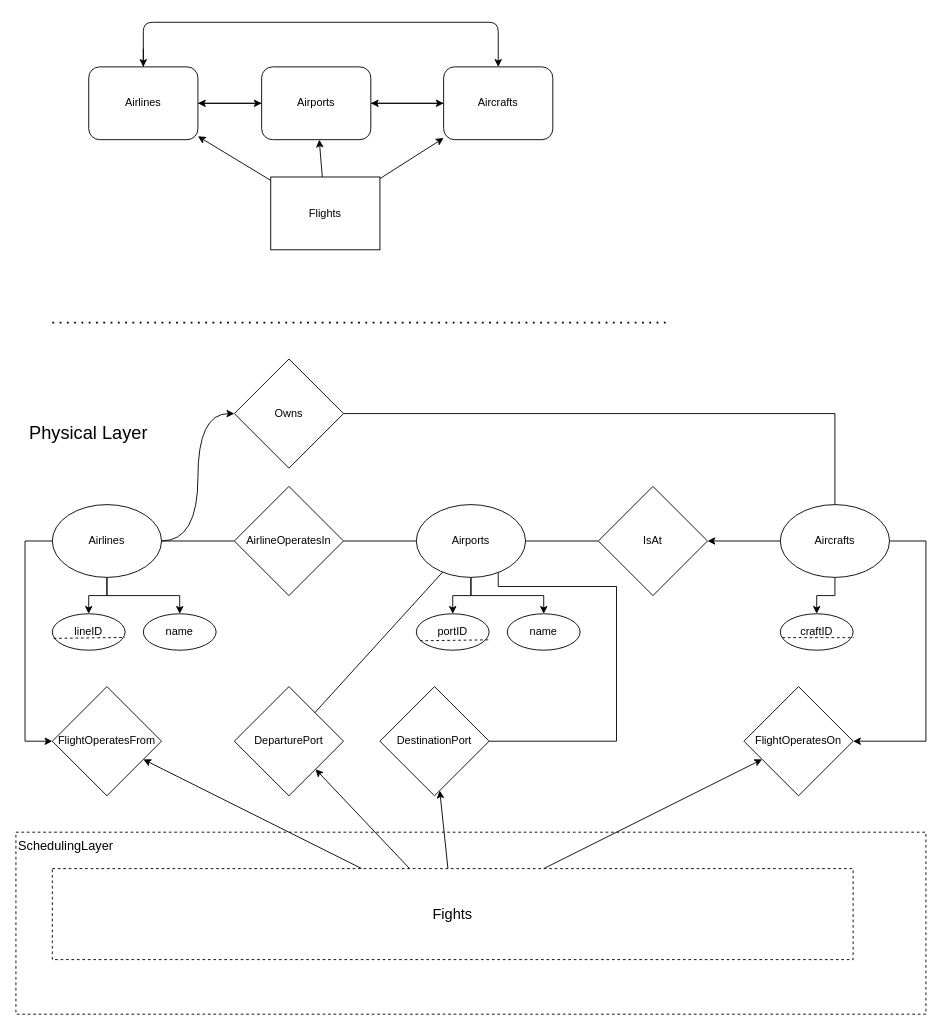
Before: page "PhysicalLayer" (3 of 7) of ERDiagram.drawio in kyle4036/DatabaseManagement2026Project1, a draw.io diagram. Source tidied: cells renumbered, new cells numbered last; positions are measured from the earlier drawing's top-left corner, leaving out a move shared by most shapes. Both pictures are drawn from the tidied source at 91%, with x=0, y=0 at pixel (15, 22).
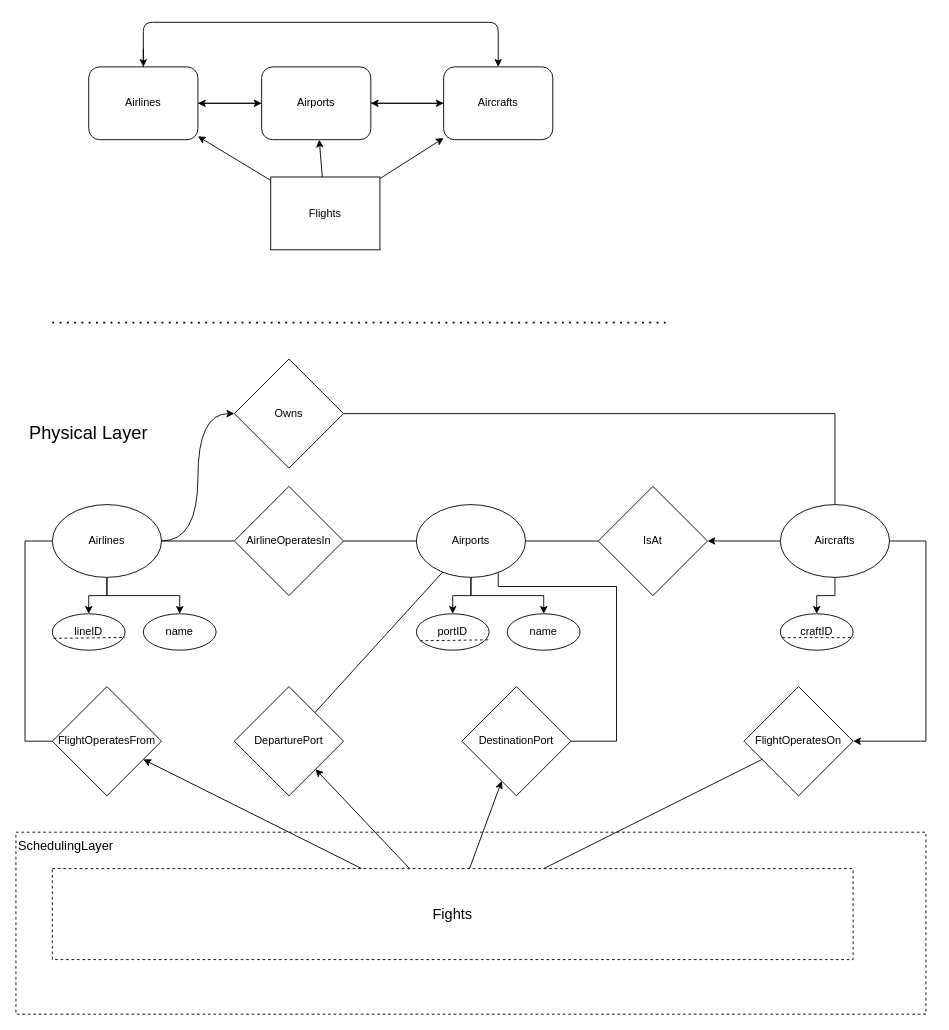
The same diagram, later.

Unchanged cells that the change refers to:
```xml
<mxCell id="17" value="Airlines" style="ellipse;whiteSpace=wrap;html=1;" parent="1" vertex="1">
  <mxGeometry x="40" y="530" width="120" height="80" as="geometry" />
</mxCell>
<mxCell id="41" value="&lt;font style=&quot;font-size: 16px;&quot;&gt;Fights&lt;/font&gt;" style="rounded=0;whiteSpace=wrap;html=1;dashed=1;" parent="1" vertex="1">
  <mxGeometry x="40" y="930" width="880" height="100" as="geometry" />
</mxCell>
<mxCell id="47" value="FlightOperatesFrom" style="rhombus;whiteSpace=wrap;html=1;" parent="1" vertex="1">
  <mxGeometry x="40" y="730" width="120" height="120" as="geometry" />
</mxCell>
<mxCell id="48" value="FlightOperatesOn" style="rhombus;whiteSpace=wrap;html=1;" parent="1" vertex="1">
  <mxGeometry x="800" y="730" width="120" height="120" as="geometry" />
</mxCell>
```

Change to the diagram source:
```diff
@@
-    <mxCell id="16" style="edgeStyle=orthogonalEdgeStyle;rounded=0;jettySize=auto;html=1;" parent="1" edge="1" source="17" target="47">
+    <mxCell id="16" style="edgeStyle=orthogonalEdgeStyle;rounded=0;jettySize=auto;html=1;endArrow=none;endFill=0;" parent="1" edge="1" source="17" target="47">
       <mxGeometry relative="1" as="geometry">
         <Array as="points">
           <mxPoint x="10" y="570" />
           <mxPoint x="10" y="790" />
         </Array>
       </mxGeometry>
     </mxCell>
@@
-    <mxCell id="40" style="rounded=0;jettySize=auto;html=1;" parent="1" edge="1" source="41" target="48">
+    <mxCell id="40" style="rounded=0;jettySize=auto;html=1;endArrow=none;endFill=0;" parent="1" edge="1" source="41" target="48">
       <mxGeometry relative="1" as="geometry" />
     </mxCell>
@@
     <mxCell id="43" value="DestinationPort" style="rhombus;whiteSpace=wrap;html=1;" parent="1" vertex="1">
-      <mxGeometry x="400" y="730" width="120" height="120" as="geometry" />
+      <mxGeometry x="490" y="730" width="120" height="120" as="geometry" />
     </mxCell>
```
